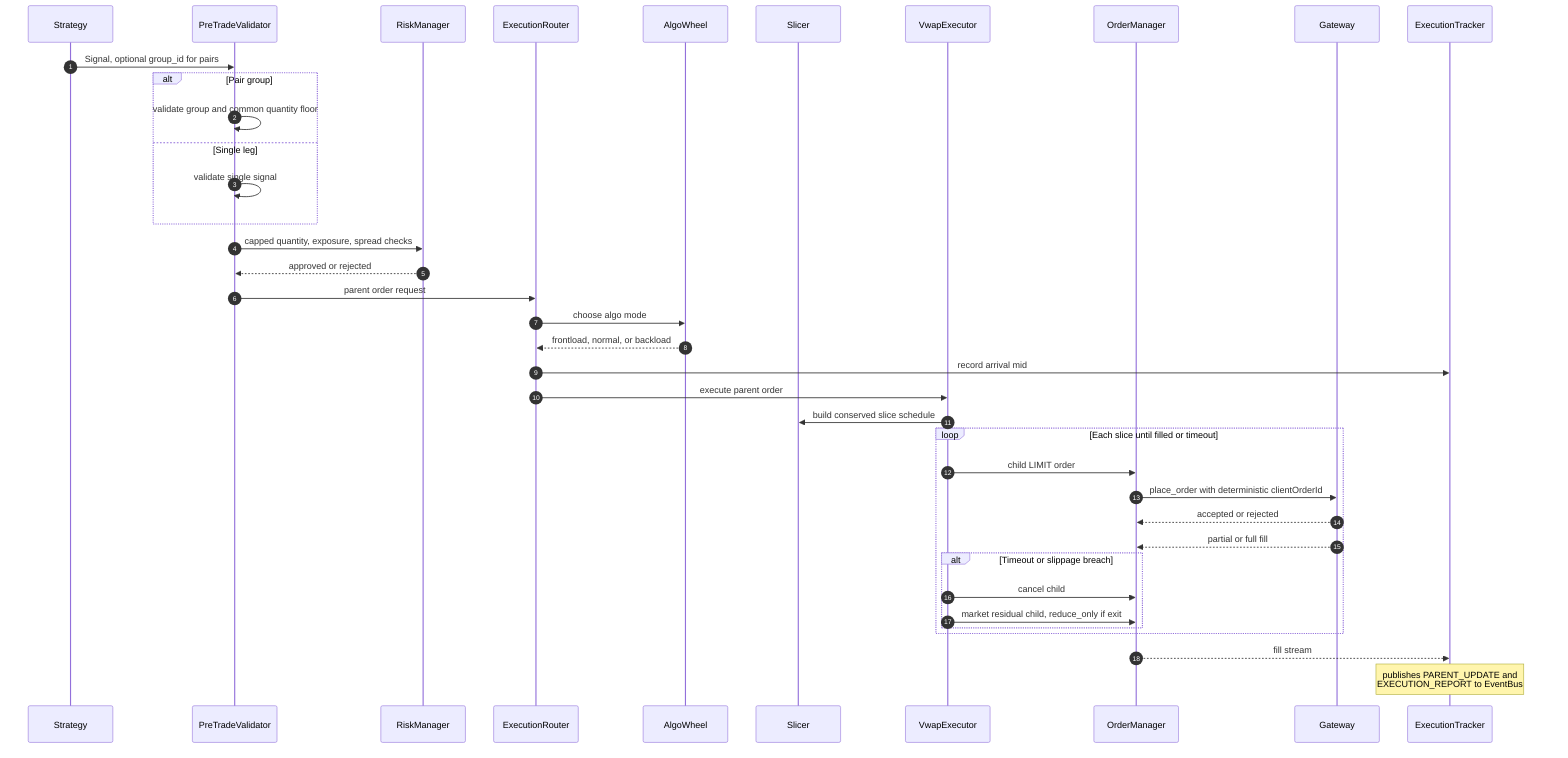
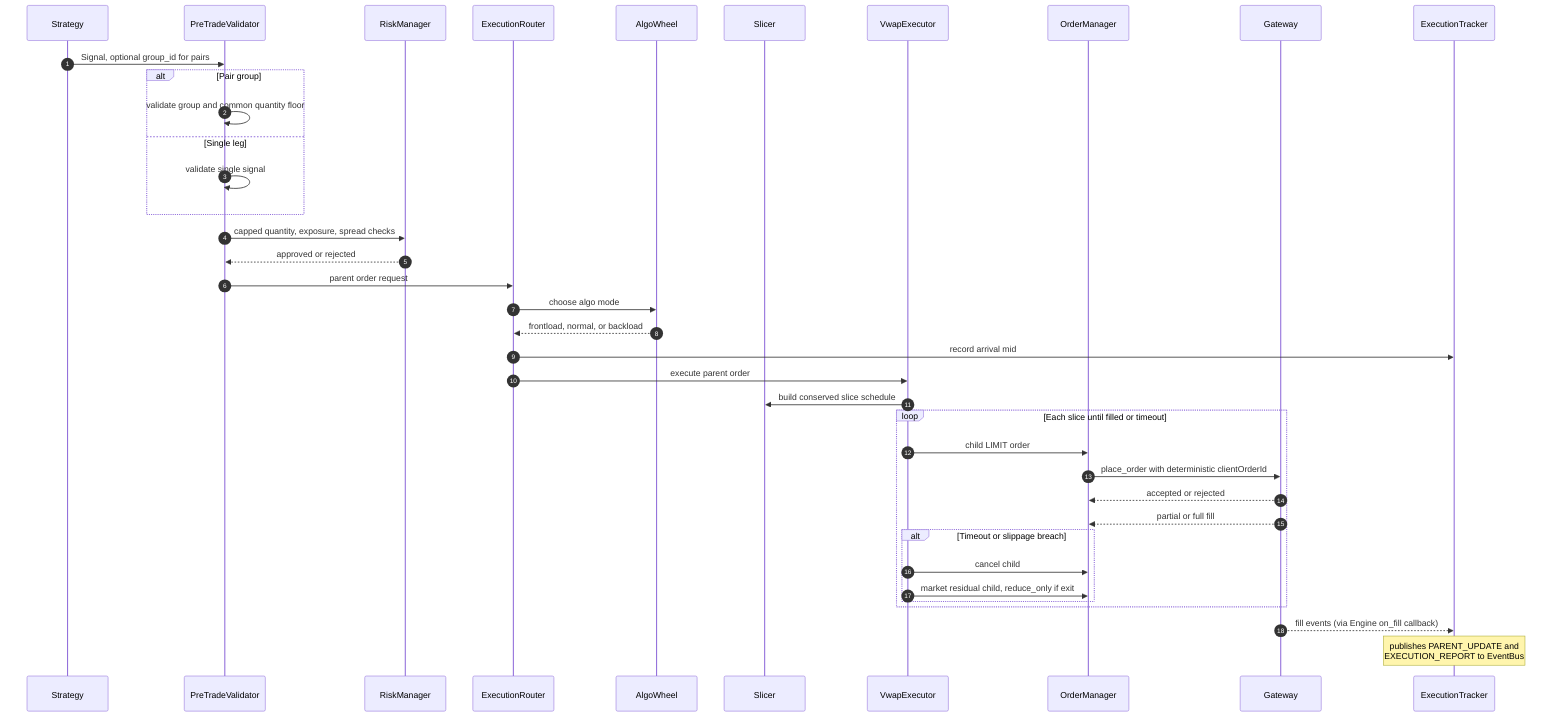
%% Parent-order execution - signal to venue fills
sequenceDiagram
    autonumber
    participant Strategy
    participant PreTrade as PreTradeValidator
    participant Risk as RiskManager
    participant Router as ExecutionRouter
    participant Wheel as AlgoWheel
    participant Slicer
    participant VWAP as VwapExecutor
    participant OMS as OrderManager
    participant Gateway
    participant TCA as ExecutionTracker

    Strategy->>PreTrade: Signal, optional group_id for pairs
    alt Pair group
        PreTrade->>PreTrade: validate group and common quantity floor
    else Single leg
        PreTrade->>PreTrade: validate single signal
    end

    PreTrade->>Risk: capped quantity, exposure, spread checks
    Risk-->>PreTrade: approved or rejected
    PreTrade->>Router: parent order request
    Router->>Wheel: choose algo mode
    Wheel-->>Router: frontload, normal, or backload
    Router->>TCA: record arrival mid
    Router->>VWAP: execute parent order
    VWAP->>Slicer: build conserved slice schedule

    loop Each slice until filled or timeout
        VWAP->>OMS: child LIMIT order
        OMS->>Gateway: place_order with deterministic clientOrderId
        Gateway-->>OMS: accepted or rejected
        Gateway-->>OMS: partial or full fill
        alt Timeout or slippage breach
            VWAP->>OMS: cancel child
            VWAP->>OMS: market residual child, reduce_only if exit
        end
    end

-     OMS-->>TCA: fill stream
+     Gateway-->>TCA: fill events (via Engine on_fill callback)
    Note over TCA: publishes PARENT_UPDATE and<br/>EXECUTION_REPORT to EventBus
